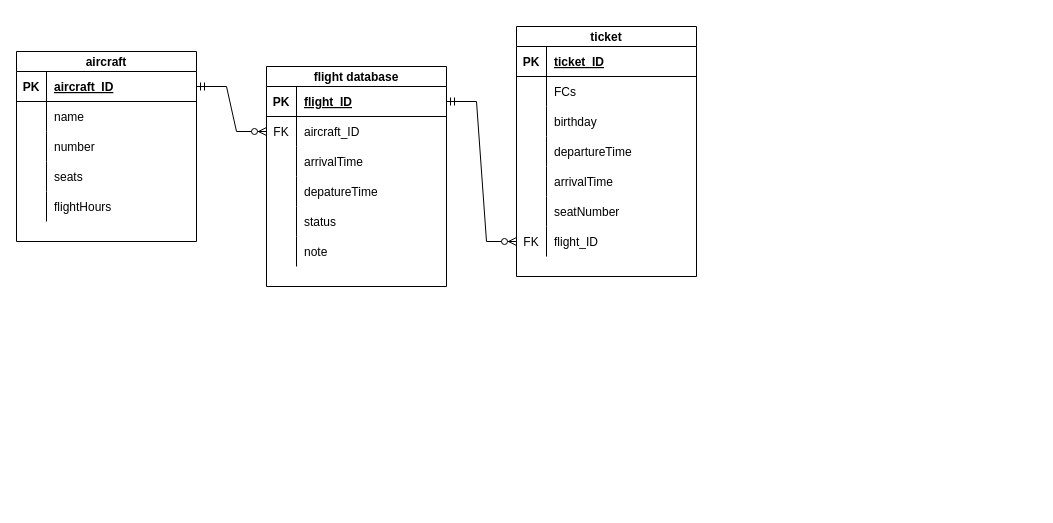
Above: ERRR.drawio in 1DeMeNToR1/RocketModUpdater_32 (draw.io), before the change. Source tidied: cells renumbered, new cells numbered last; positions are measured from the earlier drawing's top-left corner, leaving out a move shared by most shapes. Both pictures are drawn from the tidied source at 100%, with x=0, y=0 at pixel (16, 26).
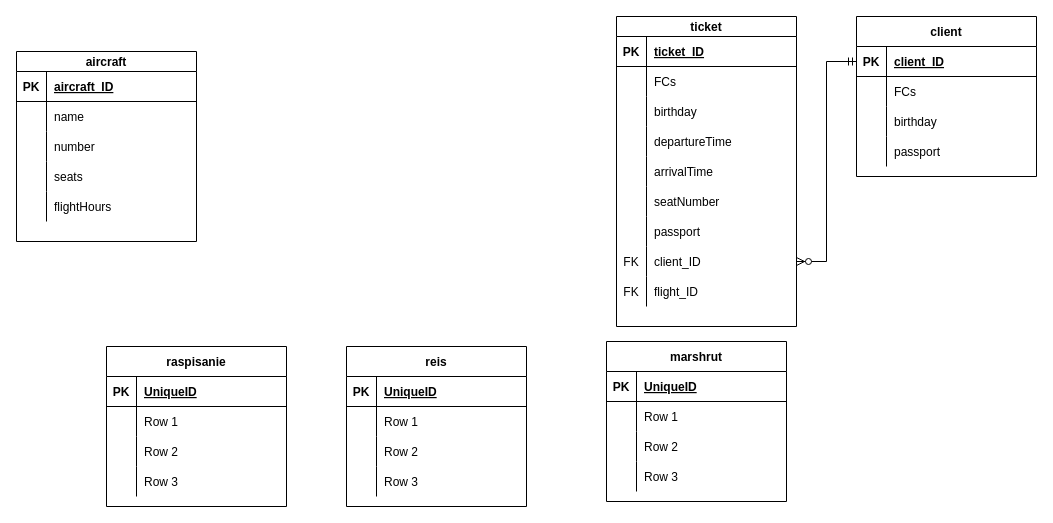
The same diagram, later.

The change refers to these unchanged cells:
```xml
<mxCell id="3" style="shape=tableRow;horizontal=0;startSize=0;swimlaneHead=0;swimlaneBody=0;fillColor=none;points=[[0,0.5],[1,0.5]];portConstraint=eastwest;top=0;left=0;right=0;bottom=1;" parent="2" vertex="1">
  <mxGeometry y="20" width="180" height="30" as="geometry" />
</mxCell>
```

Diff of the diagram source:
```diff
@@
     <mxCell id="18" value="ticket" style="shape=table;startSize=20;childLayout=tableLayout;rowLines=0;fontStyle=1;align=center;" parent="1" vertex="1">
-      <mxGeometry x="500" width="180" height="250" as="geometry" />
+      <mxGeometry x="600" y="-10" width="180" height="310" as="geometry" />
     </mxCell>
@@
+    <mxCell id="61" style="shape=tableRow;horizontal=0;startSize=0;swimlaneHead=0;swimlaneBody=0;fillColor=none;top=0;left=0;right=0;bottom=0;" parent="18" vertex="1">
+      <mxGeometry y="200" width="180" height="30" as="geometry" />
+    </mxCell>
+    <mxCell id="62" style="shape=partialRectangle;fillColor=none;top=0;left=0;bottom=0;right=0;overflow=hidden;" parent="61" vertex="1">
+      <mxGeometry width="30" height="30" as="geometry" />
+    </mxCell>
+    <mxCell id="63" value="passport" style="shape=partialRectangle;fillColor=none;top=0;left=0;bottom=0;right=0;align=left;spacingLeft=6;overflow=hidden;" parent="61" vertex="1">
+      <mxGeometry x="30" width="150" height="30" as="geometry" />
+    </mxCell>
+    <mxCell id="64" style="shape=tableRow;horizontal=0;startSize=0;swimlaneHead=0;swimlaneBody=0;fillColor=none;points=[[0,0.5],[1,0.5]];portConstraint=eastwest;top=0;left=0;right=0;bottom=0;" parent="18" vertex="1">
+      <mxGeometry y="230" width="180" height="30" as="geometry" />
+    </mxCell>
+    <mxCell id="45" value="FK" style="shape=partialRectangle;fillColor=none;top=0;left=0;bottom=0;right=0;overflow=hidden;" parent="64" vertex="1">
+      <mxGeometry width="30" height="30" as="geometry" />
+    </mxCell>
+    <mxCell id="65" value="client_ID" style="shape=partialRectangle;fillColor=none;top=0;left=0;bottom=0;right=0;align=left;spacingLeft=6;overflow=hidden;" parent="64" vertex="1">
+      <mxGeometry x="30" width="150" height="30" as="geometry" />
+    </mxCell>
     <mxCell id="37" style="shape=tableRow;horizontal=0;startSize=0;swimlaneHead=0;swimlaneBody=0;fillColor=none;points=[[0,0.5],[1,0.5]];portConstraint=eastwest;top=0;left=0;right=0;bottom=0;" parent="18" vertex="1">
-      <mxGeometry y="200" width="180" height="30" as="geometry" />
+      <mxGeometry y="260" width="180" height="30" as="geometry" />
     </mxCell>
@@
-    <mxCell id="40" value="flight database" style="shape=table;startSize=20;childLayout=tableLayout;rowLines=0;fontStyle=1;align=center;" parent="1" vertex="1">
-      <mxGeometry x="250" y="40" width="180" height="220" as="geometry" />
-    </mxCell>
-    <mxCell id="41" style="shape=tableRow;horizontal=0;startSize=0;swimlaneHead=0;swimlaneBody=0;fillColor=none;points=[[0,0.5],[1,0.5]];portConstraint=eastwest;top=0;left=0;right=0;bottom=1;" parent="40" vertex="1">
-      <mxGeometry y="20" width="180" height="30" as="geometry" />
-    </mxCell>
-    <mxCell id="42" value="PK" style="shape=partialRectangle;fillColor=none;top=0;left=0;bottom=0;right=0;fontStyle=1;overflow=hidden;" parent="41" vertex="1">
-      <mxGeometry width="30" height="30" as="geometry" />
-    </mxCell>
-    <mxCell id="43" value="flight_ID" style="shape=partialRectangle;fillColor=none;top=0;left=0;bottom=0;right=0;align=left;spacingLeft=6;fontStyle=5;overflow=hidden;" parent="41" vertex="1">
-      <mxGeometry x="30" width="150" height="30" as="geometry" />
-    </mxCell>
-    <mxCell id="44" style="shape=tableRow;horizontal=0;startSize=0;swimlaneHead=0;swimlaneBody=0;fillColor=none;points=[[0,0.5],[1,0.5]];portConstraint=eastwest;top=0;left=0;right=0;bottom=0;" parent="40" vertex="1">
-      <mxGeometry y="50" width="180" height="30" as="geometry" />
-    </mxCell>
-    <mxCell id="45" value="FK" style="shape=partialRectangle;fillColor=none;top=0;left=0;bottom=0;right=0;overflow=hidden;" parent="44" vertex="1">
-      <mxGeometry width="30" height="30" as="geometry" />
-    </mxCell>
-    <mxCell id="46" value="aircraft_ID" style="shape=partialRectangle;fillColor=none;top=0;left=0;bottom=0;right=0;align=left;spacingLeft=6;overflow=hidden;" parent="44" vertex="1">
-      <mxGeometry x="30" width="150" height="30" as="geometry" />
-    </mxCell>
-    <mxCell id="47" style="shape=tableRow;horizontal=0;startSize=0;swimlaneHead=0;swimlaneBody=0;fillColor=none;top=0;left=0;right=0;bottom=0;" parent="40" vertex="1">
-      <mxGeometry y="80" width="180" height="30" as="geometry" />
-    </mxCell>
-    <mxCell id="48" style="shape=partialRectangle;fillColor=none;top=0;left=0;bottom=0;right=0;overflow=hidden;" parent="47" vertex="1">
-      <mxGeometry width="30" height="30" as="geometry" />
-    </mxCell>
-    <mxCell id="49" value="arrivalTime" style="shape=partialRectangle;fillColor=none;top=0;left=0;bottom=0;right=0;align=left;spacingLeft=6;overflow=hidden;" parent="47" vertex="1">
-      <mxGeometry x="30" width="150" height="30" as="geometry" />
-    </mxCell>
-    <mxCell id="50" style="shape=tableRow;horizontal=0;startSize=0;swimlaneHead=0;swimlaneBody=0;fillColor=none;top=0;left=0;right=0;bottom=0;" parent="40" vertex="1">
-      <mxGeometry y="110" width="180" height="30" as="geometry" />
-    </mxCell>
-    <mxCell id="51" style="shape=partialRectangle;fillColor=none;top=0;left=0;bottom=0;right=0;overflow=hidden;" parent="50" vertex="1">
-      <mxGeometry width="30" height="30" as="geometry" />
-    </mxCell>
-    <mxCell id="52" value="depatureTime" style="shape=partialRectangle;fillColor=none;top=0;left=0;bottom=0;right=0;align=left;spacingLeft=6;overflow=hidden;" parent="50" vertex="1">
-      <mxGeometry x="30" width="150" height="30" as="geometry" />
-    </mxCell>
-    <mxCell id="53" style="shape=tableRow;horizontal=0;startSize=0;swimlaneHead=0;swimlaneBody=0;fillColor=none;top=0;left=0;right=0;bottom=0;" parent="40" vertex="1">
-      <mxGeometry y="140" width="180" height="30" as="geometry" />
-    </mxCell>
-    <mxCell id="54" style="shape=partialRectangle;fillColor=none;top=0;left=0;bottom=0;right=0;overflow=hidden;" parent="53" vertex="1">
-      <mxGeometry width="30" height="30" as="geometry" />
-    </mxCell>
-    <mxCell id="55" value="status" style="shape=partialRectangle;fillColor=none;top=0;left=0;bottom=0;right=0;align=left;spacingLeft=6;overflow=hidden;" parent="53" vertex="1">
-      <mxGeometry x="30" width="150" height="30" as="geometry" />
-    </mxCell>
-    <mxCell id="56" style="shape=tableRow;horizontal=0;startSize=0;swimlaneHead=0;swimlaneBody=0;fillColor=none;top=0;left=0;right=0;bottom=0;" parent="40" vertex="1">
-      <mxGeometry y="170" width="180" height="30" as="geometry" />
-    </mxCell>
-    <mxCell id="57" style="shape=partialRectangle;fillColor=none;top=0;left=0;bottom=0;right=0;overflow=hidden;" parent="56" vertex="1">
-      <mxGeometry width="30" height="30" as="geometry" />
-    </mxCell>
-    <mxCell id="58" value="note" style="shape=partialRectangle;fillColor=none;top=0;left=0;bottom=0;right=0;align=left;spacingLeft=6;overflow=hidden;" parent="56" vertex="1">
-      <mxGeometry x="30" width="150" height="30" as="geometry" />
-    </mxCell>
-    <mxCell id="59" style="edgeStyle=entityRelationEdgeStyle;fontSize=12;html=1;endArrow=ERzeroToMany;startArrow=ERmandOne;rounded=0;exitX=1;exitY=0.5;exitDx=0;exitDy=0;entryX=0;entryY=0.5;entryDx=0;entryDy=0;" parent="1" edge="1" source="3" target="44">
-      <mxGeometry relative="1" as="geometry" />
-    </mxCell>
-    <mxCell id="60" style="edgeStyle=entityRelationEdgeStyle;fontSize=12;html=1;endArrow=ERzeroToMany;startArrow=ERmandOne;rounded=0;exitX=1;exitY=0.5;exitDx=0;exitDy=0;entryX=0;entryY=0.5;entryDx=0;entryDy=0;" parent="1" edge="1" source="41" target="37">
-      <mxGeometry relative="1" as="geometry" />
-    </mxCell>
+    <mxCell id="66" value="client" style="shape=table;startSize=30;childLayout=tableLayout;rowLines=0;fontStyle=1;align=center;" parent="1" vertex="1">
+      <mxGeometry x="840" y="-10" width="180" height="160" as="geometry" />
+    </mxCell>
+    <mxCell id="67" style="shape=tableRow;horizontal=0;startSize=0;swimlaneHead=0;swimlaneBody=0;fillColor=none;points=[[0,0.5],[1,0.5]];portConstraint=eastwest;top=0;left=0;right=0;bottom=1;" parent="66" vertex="1">
+      <mxGeometry y="30" width="180" height="30" as="geometry" />
+    </mxCell>
+    <mxCell id="68" value="PK" style="shape=partialRectangle;fillColor=none;top=0;left=0;bottom=0;right=0;fontStyle=1;overflow=hidden;" parent="67" vertex="1">
+      <mxGeometry width="30" height="30" as="geometry" />
+    </mxCell>
+    <mxCell id="69" value="client_ID" style="shape=partialRectangle;fillColor=none;top=0;left=0;bottom=0;right=0;align=left;spacingLeft=6;fontStyle=5;overflow=hidden;" parent="67" vertex="1">
+      <mxGeometry x="30" width="150" height="30" as="geometry" />
+    </mxCell>
+    <mxCell id="70" style="shape=tableRow;horizontal=0;startSize=0;swimlaneHead=0;swimlaneBody=0;fillColor=none;top=0;left=0;right=0;bottom=0;" parent="66" vertex="1">
+      <mxGeometry y="60" width="180" height="30" as="geometry" />
+    </mxCell>
+    <mxCell id="71" style="shape=partialRectangle;fillColor=none;top=0;left=0;bottom=0;right=0;overflow=hidden;" parent="70" vertex="1">
+      <mxGeometry width="30" height="30" as="geometry" />
+    </mxCell>
+    <mxCell id="72" value="FCs" style="shape=partialRectangle;fillColor=none;top=0;left=0;bottom=0;right=0;align=left;spacingLeft=6;overflow=hidden;" parent="70" vertex="1">
+      <mxGeometry x="30" width="150" height="30" as="geometry" />
+    </mxCell>
+    <mxCell id="73" style="shape=tableRow;horizontal=0;startSize=0;swimlaneHead=0;swimlaneBody=0;fillColor=none;top=0;left=0;right=0;bottom=0;" parent="66" vertex="1">
+      <mxGeometry y="90" width="180" height="30" as="geometry" />
+    </mxCell>
+    <mxCell id="74" style="shape=partialRectangle;fillColor=none;top=0;left=0;bottom=0;right=0;overflow=hidden;" parent="73" vertex="1">
+      <mxGeometry width="30" height="30" as="geometry" />
+    </mxCell>
+    <mxCell id="75" value="birthday" style="shape=partialRectangle;fillColor=none;top=0;left=0;bottom=0;right=0;align=left;spacingLeft=6;overflow=hidden;" parent="73" vertex="1">
+      <mxGeometry x="30" width="150" height="30" as="geometry" />
+    </mxCell>
+    <mxCell id="76" style="shape=tableRow;horizontal=0;startSize=0;swimlaneHead=0;swimlaneBody=0;fillColor=none;top=0;left=0;right=0;bottom=0;" parent="66" vertex="1">
+      <mxGeometry y="120" width="180" height="30" as="geometry" />
+    </mxCell>
+    <mxCell id="77" style="shape=partialRectangle;fillColor=none;top=0;left=0;bottom=0;right=0;overflow=hidden;" parent="76" vertex="1">
+      <mxGeometry width="30" height="30" as="geometry" />
+    </mxCell>
+    <mxCell id="78" value="passport" style="shape=partialRectangle;fillColor=none;top=0;left=0;bottom=0;right=0;align=left;spacingLeft=6;overflow=hidden;" parent="76" vertex="1">
+      <mxGeometry x="30" width="150" height="30" as="geometry" />
+    </mxCell>
+    <mxCell id="79" value="raspisanie" style="shape=table;startSize=30;childLayout=tableLayout;rowLines=0;fontStyle=1;align=center;" parent="1" vertex="1">
+      <mxGeometry x="90" y="320" width="180" height="160" as="geometry" />
+    </mxCell>
+    <mxCell id="80" style="shape=tableRow;horizontal=0;startSize=0;swimlaneHead=0;swimlaneBody=0;fillColor=none;top=0;left=0;right=0;bottom=1;" parent="79" vertex="1">
+      <mxGeometry y="30" width="180" height="30" as="geometry" />
+    </mxCell>
+    <mxCell id="81" value="PK" style="shape=partialRectangle;fillColor=none;top=0;left=0;bottom=0;right=0;fontStyle=1;overflow=hidden;" parent="80" vertex="1">
+      <mxGeometry width="30" height="30" as="geometry" />
+    </mxCell>
+    <mxCell id="82" value="UniqueID" style="shape=partialRectangle;fillColor=none;top=0;left=0;bottom=0;right=0;align=left;spacingLeft=6;fontStyle=5;overflow=hidden;" parent="80" vertex="1">
+      <mxGeometry x="30" width="150" height="30" as="geometry" />
+    </mxCell>
+    <mxCell id="83" style="shape=tableRow;horizontal=0;startSize=0;swimlaneHead=0;swimlaneBody=0;fillColor=none;top=0;left=0;right=0;bottom=0;" parent="79" vertex="1">
+      <mxGeometry y="60" width="180" height="30" as="geometry" />
+    </mxCell>
+    <mxCell id="84" style="shape=partialRectangle;fillColor=none;top=0;left=0;bottom=0;right=0;overflow=hidden;" parent="83" vertex="1">
+      <mxGeometry width="30" height="30" as="geometry" />
+    </mxCell>
+    <mxCell id="85" value="Row 1" style="shape=partialRectangle;fillColor=none;top=0;left=0;bottom=0;right=0;align=left;spacingLeft=6;overflow=hidden;" parent="83" vertex="1">
+      <mxGeometry x="30" width="150" height="30" as="geometry" />
+    </mxCell>
+    <mxCell id="86" style="shape=tableRow;horizontal=0;startSize=0;swimlaneHead=0;swimlaneBody=0;fillColor=none;top=0;left=0;right=0;bottom=0;" parent="79" vertex="1">
+      <mxGeometry y="90" width="180" height="30" as="geometry" />
+    </mxCell>
+    <mxCell id="87" style="shape=partialRectangle;fillColor=none;top=0;left=0;bottom=0;right=0;overflow=hidden;" parent="86" vertex="1">
+      <mxGeometry width="30" height="30" as="geometry" />
+    </mxCell>
+    <mxCell id="88" value="Row 2" style="shape=partialRectangle;fillColor=none;top=0;left=0;bottom=0;right=0;align=left;spacingLeft=6;overflow=hidden;" parent="86" vertex="1">
+      <mxGeometry x="30" width="150" height="30" as="geometry" />
+    </mxCell>
+    <mxCell id="89" style="shape=tableRow;horizontal=0;startSize=0;swimlaneHead=0;swimlaneBody=0;fillColor=none;top=0;left=0;right=0;bottom=0;" parent="79" vertex="1">
+      <mxGeometry y="120" width="180" height="30" as="geometry" />
+    </mxCell>
+    <mxCell id="90" style="shape=partialRectangle;fillColor=none;top=0;left=0;bottom=0;right=0;overflow=hidden;" parent="89" vertex="1">
+      <mxGeometry width="30" height="30" as="geometry" />
+    </mxCell>
+    <mxCell id="91" value="Row 3" style="shape=partialRectangle;fillColor=none;top=0;left=0;bottom=0;right=0;align=left;spacingLeft=6;overflow=hidden;" parent="89" vertex="1">
+      <mxGeometry x="30" width="150" height="30" as="geometry" />
+    </mxCell>
+    <mxCell id="92" style="edgeStyle=entityRelationEdgeStyle;fontSize=12;html=1;endArrow=ERzeroToMany;startArrow=ERmandOne;rounded=0;entryX=1;entryY=0.5;entryDx=0;entryDy=0;exitX=0;exitY=0.5;exitDx=0;exitDy=0;" parent="1" edge="1" source="67" target="64">
+      <mxGeometry relative="1" as="geometry" />
+    </mxCell>
+    <mxCell id="93" value="reis" style="shape=table;startSize=30;childLayout=tableLayout;rowLines=0;fontStyle=1;align=center;" parent="1" vertex="1">
+      <mxGeometry x="330" y="320" width="180" height="160" as="geometry" />
+    </mxCell>
+    <mxCell id="94" style="shape=tableRow;horizontal=0;startSize=0;swimlaneHead=0;swimlaneBody=0;fillColor=none;top=0;left=0;right=0;bottom=1;" parent="93" vertex="1">
+      <mxGeometry y="30" width="180" height="30" as="geometry" />
+    </mxCell>
+    <mxCell id="95" value="PK" style="shape=partialRectangle;fillColor=none;top=0;left=0;bottom=0;right=0;fontStyle=1;overflow=hidden;" parent="94" vertex="1">
+      <mxGeometry width="30" height="30" as="geometry" />
+    </mxCell>
+    <mxCell id="96" value="UniqueID" style="shape=partialRectangle;fillColor=none;top=0;left=0;bottom=0;right=0;align=left;spacingLeft=6;fontStyle=5;overflow=hidden;" parent="94" vertex="1">
+      <mxGeometry x="30" width="150" height="30" as="geometry" />
+    </mxCell>
+    <mxCell id="97" style="shape=tableRow;horizontal=0;startSize=0;swimlaneHead=0;swimlaneBody=0;fillColor=none;top=0;left=0;right=0;bottom=0;" parent="93" vertex="1">
+      <mxGeometry y="60" width="180" height="30" as="geometry" />
+    </mxCell>
+    <mxCell id="98" style="shape=partialRectangle;fillColor=none;top=0;left=0;bottom=0;right=0;overflow=hidden;" parent="97" vertex="1">
+      <mxGeometry width="30" height="30" as="geometry" />
+    </mxCell>
+    <mxCell id="99" value="Row 1" style="shape=partialRectangle;fillColor=none;top=0;left=0;bottom=0;right=0;align=left;spacingLeft=6;overflow=hidden;" parent="97" vertex="1">
+      <mxGeometry x="30" width="150" height="30" as="geometry" />
+    </mxCell>
+    <mxCell id="100" style="shape=tableRow;horizontal=0;startSize=0;swimlaneHead=0;swimlaneBody=0;fillColor=none;top=0;left=0;right=0;bottom=0;" parent="93" vertex="1">
+      <mxGeometry y="90" width="180" height="30" as="geometry" />
+    </mxCell>
+    <mxCell id="101" style="shape=partialRectangle;fillColor=none;top=0;left=0;bottom=0;right=0;overflow=hidden;" parent="100" vertex="1">
+      <mxGeometry width="30" height="30" as="geometry" />
+    </mxCell>
+    <mxCell id="102" value="Row 2" style="shape=partialRectangle;fillColor=none;top=0;left=0;bottom=0;right=0;align=left;spacingLeft=6;overflow=hidden;" parent="100" vertex="1">
+      <mxGeometry x="30" width="150" height="30" as="geometry" />
+    </mxCell>
+    <mxCell id="103" style="shape=tableRow;horizontal=0;startSize=0;swimlaneHead=0;swimlaneBody=0;fillColor=none;top=0;left=0;right=0;bottom=0;" parent="93" vertex="1">
+      <mxGeometry y="120" width="180" height="30" as="geometry" />
+    </mxCell>
+    <mxCell id="104" style="shape=partialRectangle;fillColor=none;top=0;left=0;bottom=0;right=0;overflow=hidden;" parent="103" vertex="1">
+      <mxGeometry width="30" height="30" as="geometry" />
+    </mxCell>
+    <mxCell id="105" value="Row 3" style="shape=partialRectangle;fillColor=none;top=0;left=0;bottom=0;right=0;align=left;spacingLeft=6;overflow=hidden;" parent="103" vertex="1">
+      <mxGeometry x="30" width="150" height="30" as="geometry" />
+    </mxCell>
+    <mxCell id="106" value="marshrut" style="shape=table;startSize=30;childLayout=tableLayout;rowLines=0;fontStyle=1;align=center;" parent="1" vertex="1">
+      <mxGeometry x="590" y="315" width="180" height="160" as="geometry" />
+    </mxCell>
+    <mxCell id="107" style="shape=tableRow;horizontal=0;startSize=0;swimlaneHead=0;swimlaneBody=0;fillColor=none;top=0;left=0;right=0;bottom=1;" parent="106" vertex="1">
+      <mxGeometry y="30" width="180" height="30" as="geometry" />
+    </mxCell>
+    <mxCell id="108" value="PK" style="shape=partialRectangle;fillColor=none;top=0;left=0;bottom=0;right=0;fontStyle=1;overflow=hidden;" parent="107" vertex="1">
+      <mxGeometry width="30" height="30" as="geometry" />
+    </mxCell>
+    <mxCell id="109" value="UniqueID" style="shape=partialRectangle;fillColor=none;top=0;left=0;bottom=0;right=0;align=left;spacingLeft=6;fontStyle=5;overflow=hidden;" parent="107" vertex="1">
+      <mxGeometry x="30" width="150" height="30" as="geometry" />
+    </mxCell>
+    <mxCell id="110" style="shape=tableRow;horizontal=0;startSize=0;swimlaneHead=0;swimlaneBody=0;fillColor=none;top=0;left=0;right=0;bottom=0;" parent="106" vertex="1">
+      <mxGeometry y="60" width="180" height="30" as="geometry" />
+    </mxCell>
+    <mxCell id="111" style="shape=partialRectangle;fillColor=none;top=0;left=0;bottom=0;right=0;overflow=hidden;" parent="110" vertex="1">
+      <mxGeometry width="30" height="30" as="geometry" />
+    </mxCell>
+    <mxCell id="112" value="Row 1" style="shape=partialRectangle;fillColor=none;top=0;left=0;bottom=0;right=0;align=left;spacingLeft=6;overflow=hidden;" parent="110" vertex="1">
+      <mxGeometry x="30" width="150" height="30" as="geometry" />
+    </mxCell>
+    <mxCell id="113" style="shape=tableRow;horizontal=0;startSize=0;swimlaneHead=0;swimlaneBody=0;fillColor=none;top=0;left=0;right=0;bottom=0;" parent="106" vertex="1">
+      <mxGeometry y="90" width="180" height="30" as="geometry" />
+    </mxCell>
+    <mxCell id="114" style="shape=partialRectangle;fillColor=none;top=0;left=0;bottom=0;right=0;overflow=hidden;" parent="113" vertex="1">
+      <mxGeometry width="30" height="30" as="geometry" />
+    </mxCell>
+    <mxCell id="115" value="Row 2" style="shape=partialRectangle;fillColor=none;top=0;left=0;bottom=0;right=0;align=left;spacingLeft=6;overflow=hidden;" parent="113" vertex="1">
+      <mxGeometry x="30" width="150" height="30" as="geometry" />
+    </mxCell>
+    <mxCell id="116" style="shape=tableRow;horizontal=0;startSize=0;swimlaneHead=0;swimlaneBody=0;fillColor=none;top=0;left=0;right=0;bottom=0;" parent="106" vertex="1">
+      <mxGeometry y="120" width="180" height="30" as="geometry" />
+    </mxCell>
+    <mxCell id="117" style="shape=partialRectangle;fillColor=none;top=0;left=0;bottom=0;right=0;overflow=hidden;" parent="116" vertex="1">
+      <mxGeometry width="30" height="30" as="geometry" />
+    </mxCell>
+    <mxCell id="118" value="Row 3" style="shape=partialRectangle;fillColor=none;top=0;left=0;bottom=0;right=0;align=left;spacingLeft=6;overflow=hidden;" parent="116" vertex="1">
+      <mxGeometry x="30" width="150" height="30" as="geometry" />
+    </mxCell>
```
